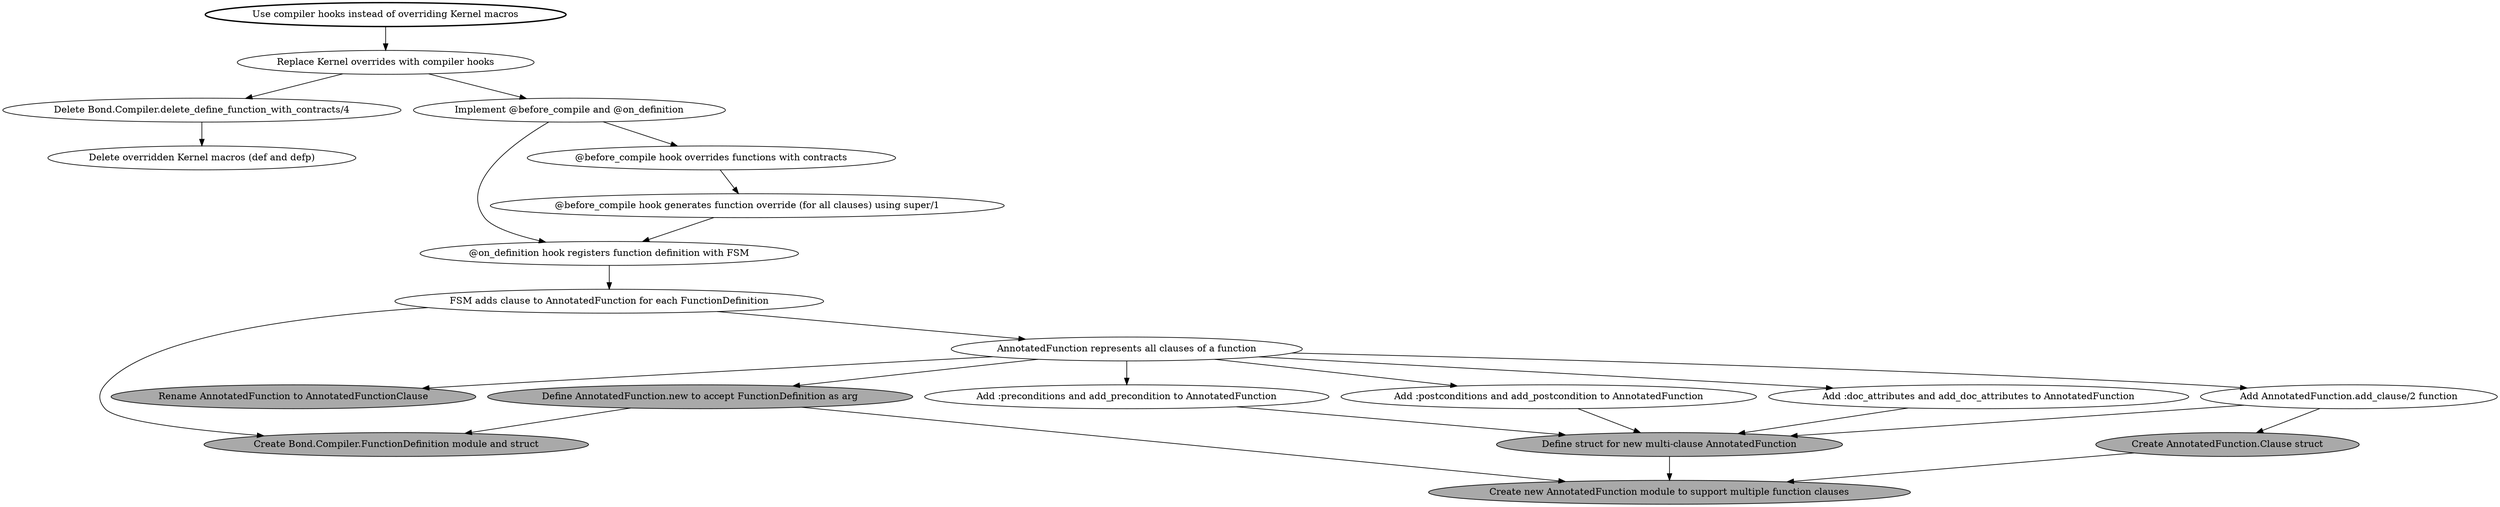
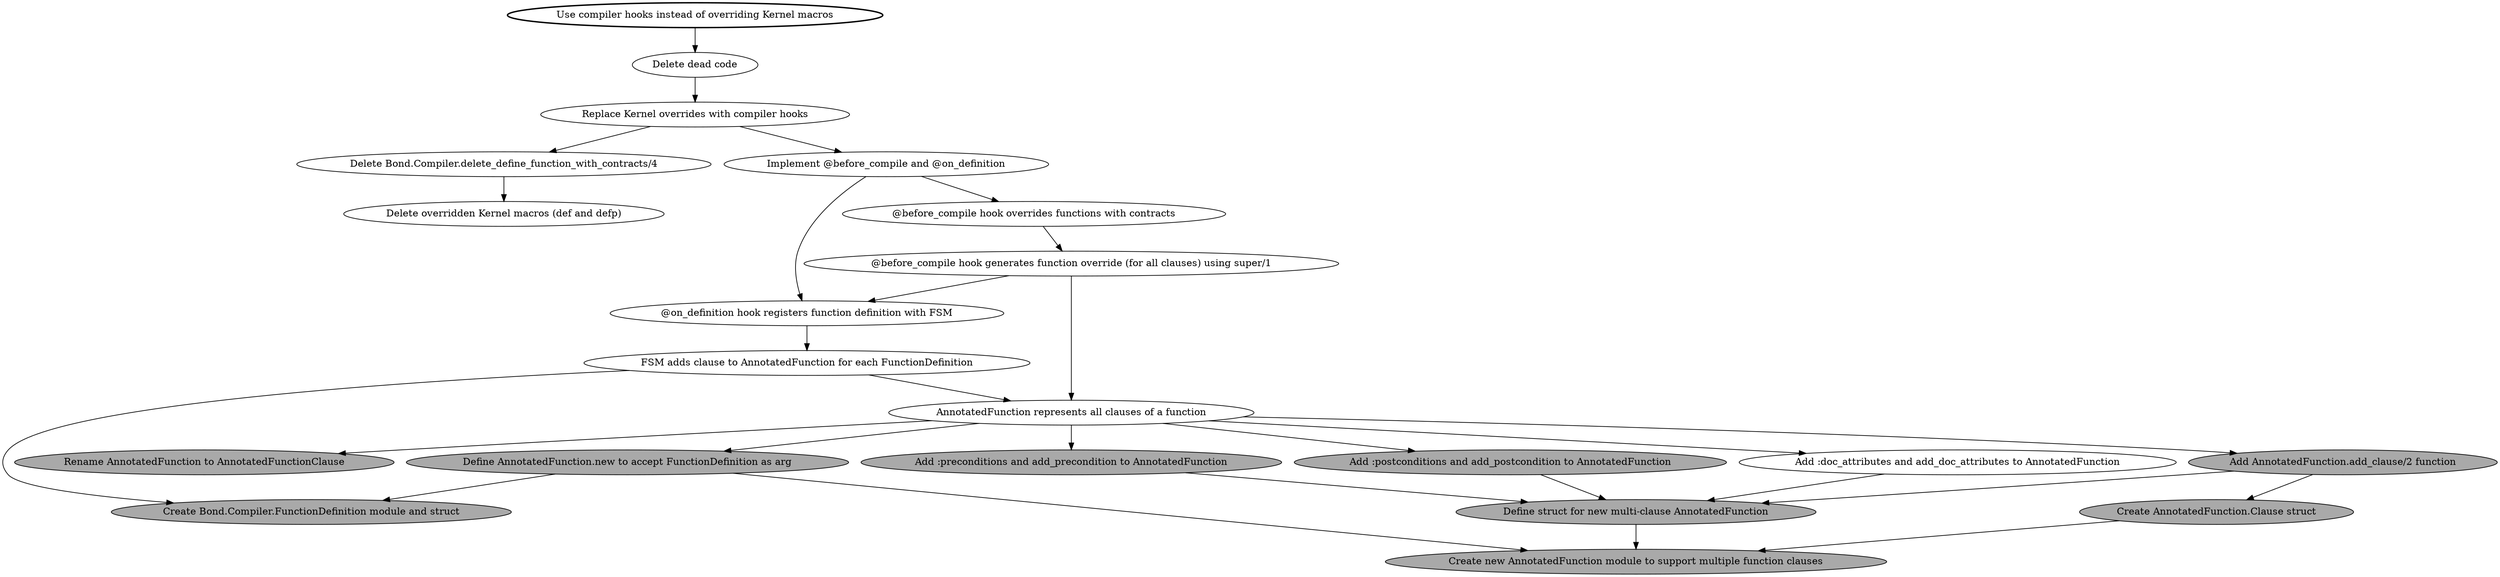
digraph {
  goal [label = "Use compiler hooks instead of overriding Kernel macros", style = bold]
  replace_kernel_overrides_with_compiler_hooks [label = "Replace Kernel overrides with compiler hooks"]

+   delete_dead_code [label="Delete dead code"]
  delete_kernel_overrides [label = "Delete overridden Kernel macros (def and defp)"]
  delete_define_function_with_contracts [label="Delete Bond.Compiler.delete_define_function_with_contracts/4"]
  implement_compiler_hooks [label = "Implement @before_compile and @on_definition"]
  on_definition [label="@on_definition hook registers function definition with FSM"]
  before_compile [label="@before_compile hook overrides functions with contracts"]

  before_compile_generates_override [label="@before_compile hook generates function override (for all clauses) using super/1"]

  function_definition [label="Create Bond.Compiler.FunctionDefinition module and struct", fillcolor=darkgrey, style=filled]

  annotated_function_multi_clause [label="AnnotatedFunction represents all clauses of a function"]
  rename_annotated_function [label="Rename AnnotatedFunction to AnnotatedFunctionClause", fillcolor=darkgrey, style=filled]
  create_new_annotated_function [label="Create new AnnotatedFunction module to support multiple function clauses", fillcolor=darkgrey, style=filled]
  annotated_function_struct [label="Define struct for new multi-clause AnnotatedFunction", fillcolor=darkgrey, style=filled]
  annotated_function_new [label="Define AnnotatedFunction.new to accept FunctionDefinition as arg", fillcolor=darkgrey, style=filled]
  create_annotated_function_clause [label="Create AnnotatedFunction.Clause struct", fillcolor=darkgrey, style=filled]
-   add_clause_to_annotated_function [label="Add AnnotatedFunction.add_clause/2 function"]
-   add_preconditions_to_annotated_function [label="Add :preconditions and add_precondition to AnnotatedFunction"]
-   add_postconditions_to_annotated_function [label="Add :postconditions and add_postcondition to AnnotatedFunction"]
+   add_clause_to_annotated_function [label="Add AnnotatedFunction.add_clause/2 function", fillcolor=darkgrey, style=filled]
+   add_preconditions_to_annotated_function [label="Add :preconditions and add_precondition to AnnotatedFunction", fillcolor=darkgrey, style=filled]
+   add_postconditions_to_annotated_function [label="Add :postconditions and add_postcondition to AnnotatedFunction", fillcolor=darkgrey, style=filled]
  add_doc_attributes_to_annotated_function [label="Add :doc_attributes and add_doc_attributes to AnnotatedFunction"]

  fsm_multi_clause_functions [label="FSM adds clause to AnnotatedFunction for each FunctionDefinition"]

-   goal -> replace_kernel_overrides_with_compiler_hooks
+   goal -> delete_dead_code -> replace_kernel_overrides_with_compiler_hooks
  replace_kernel_overrides_with_compiler_hooks -> delete_define_function_with_contracts -> delete_kernel_overrides
  replace_kernel_overrides_with_compiler_hooks -> implement_compiler_hooks
  implement_compiler_hooks -> {on_definition before_compile}
  on_definition -> fsm_multi_clause_functions -> {function_definition annotated_function_multi_clause}
  annotated_function_multi_clause -> {rename_annotated_function add_clause_to_annotated_function annotated_function_new add_preconditions_to_annotated_function add_postconditions_to_annotated_function add_doc_attributes_to_annotated_function}
  {add_preconditions_to_annotated_function add_postconditions_to_annotated_function add_doc_attributes_to_annotated_function} -> annotated_function_struct
  annotated_function_struct -> create_new_annotated_function
  annotated_function_new -> {function_definition create_new_annotated_function}
  add_clause_to_annotated_function -> {create_annotated_function_clause annotated_function_struct}
  create_annotated_function_clause -> create_new_annotated_function
-   before_compile -> before_compile_generates_override -> on_definition
+   before_compile -> before_compile_generates_override -> {on_definition annotated_function_multi_clause}
}
